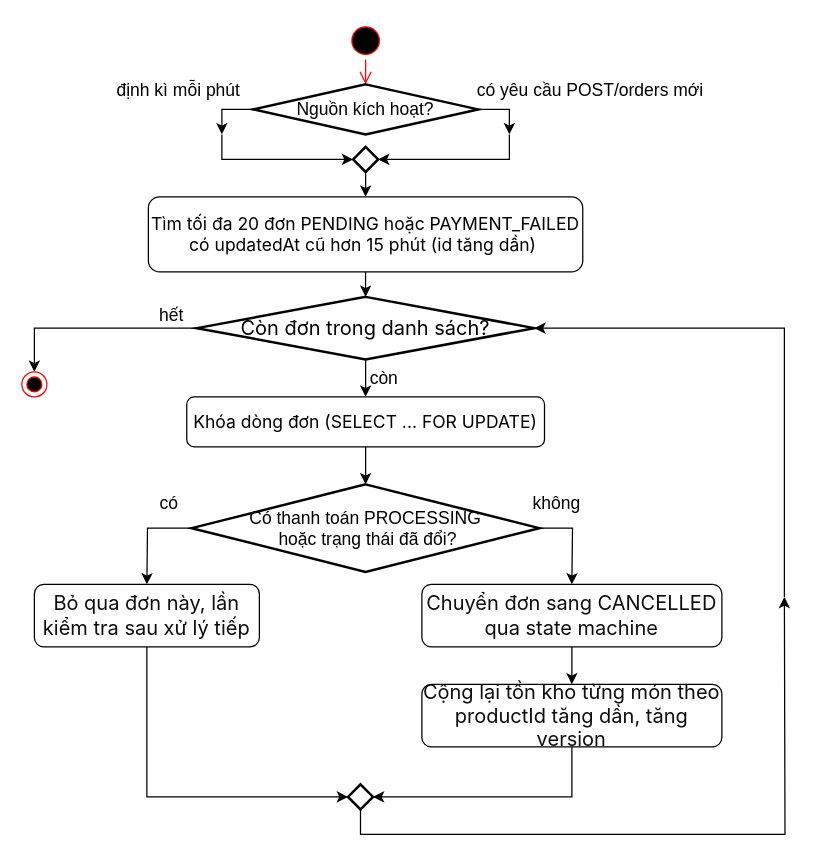
Before: docs/diagrams/activity-03-tu-huy-don.drawio in PhucLee23/brewlite-assignment2, a draw.io diagram. Source tidied: cells renumbered, new cells numbered last; positions are measured from the earlier drawing's top-left corner, leaving out a move shared by most shapes. Both pictures are drawn from the tidied source at 125%, with x=0, y=0 at pixel (21, 21).
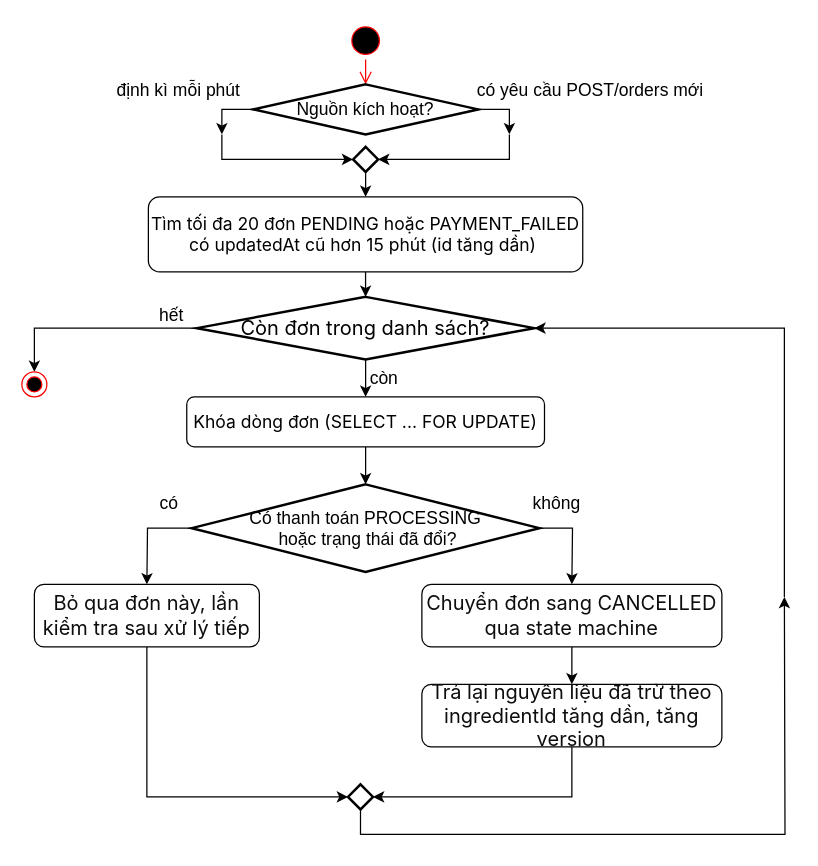
Above is the later version.

Commit message (it also covers changes not shown here):
docs(diagrams): tự hủy đơn trả lại nguyên liệu đã trừ

The edit, as a diff of the source:
```diff
@@
-    <mxCell id="33" value="&lt;span style=&quot;color: rgb(13, 13, 13); font-family: -apple-system-body, ui-sans-serif, -apple-system, system-ui, &amp;quot;Segoe UI&amp;quot;, Helvetica, &amp;quot;Apple Color Emoji&amp;quot;, Arial, sans-serif, &amp;quot;Segoe UI Emoji&amp;quot;, &amp;quot;Segoe UI Symbol&amp;quot;; font-size: 16px; text-align: start; white-space: pre-line;&quot;&gt;Cộng lại tồn kho từng món theo productId tăng dần, tăng version&lt;/span&gt;" style="rounded=1;whiteSpace=wrap;html=1;labelBackgroundColor=none;labelBorderColor=none;textShadow=0;" parent="1" vertex="1">
+    <mxCell id="33" value="&lt;span style=&quot;color: rgb(13, 13, 13); font-family: -apple-system-body, ui-sans-serif, -apple-system, system-ui, &amp;quot;Segoe UI&amp;quot;, Helvetica, &amp;quot;Apple Color Emoji&amp;quot;, Arial, sans-serif, &amp;quot;Segoe UI Emoji&amp;quot;, &amp;quot;Segoe UI Symbol&amp;quot;; font-size: 16px; text-align: start; white-space: pre-line;&quot;&gt;Trả lại nguyên liệu đã trừ theo ingredientId tăng dần, tăng version&lt;/span&gt;" style="rounded=1;whiteSpace=wrap;html=1;labelBackgroundColor=none;labelBorderColor=none;textShadow=0;" parent="1" vertex="1">
       <mxGeometry x="320" y="530" width="240" height="50" as="geometry" />
     </mxCell>
```
